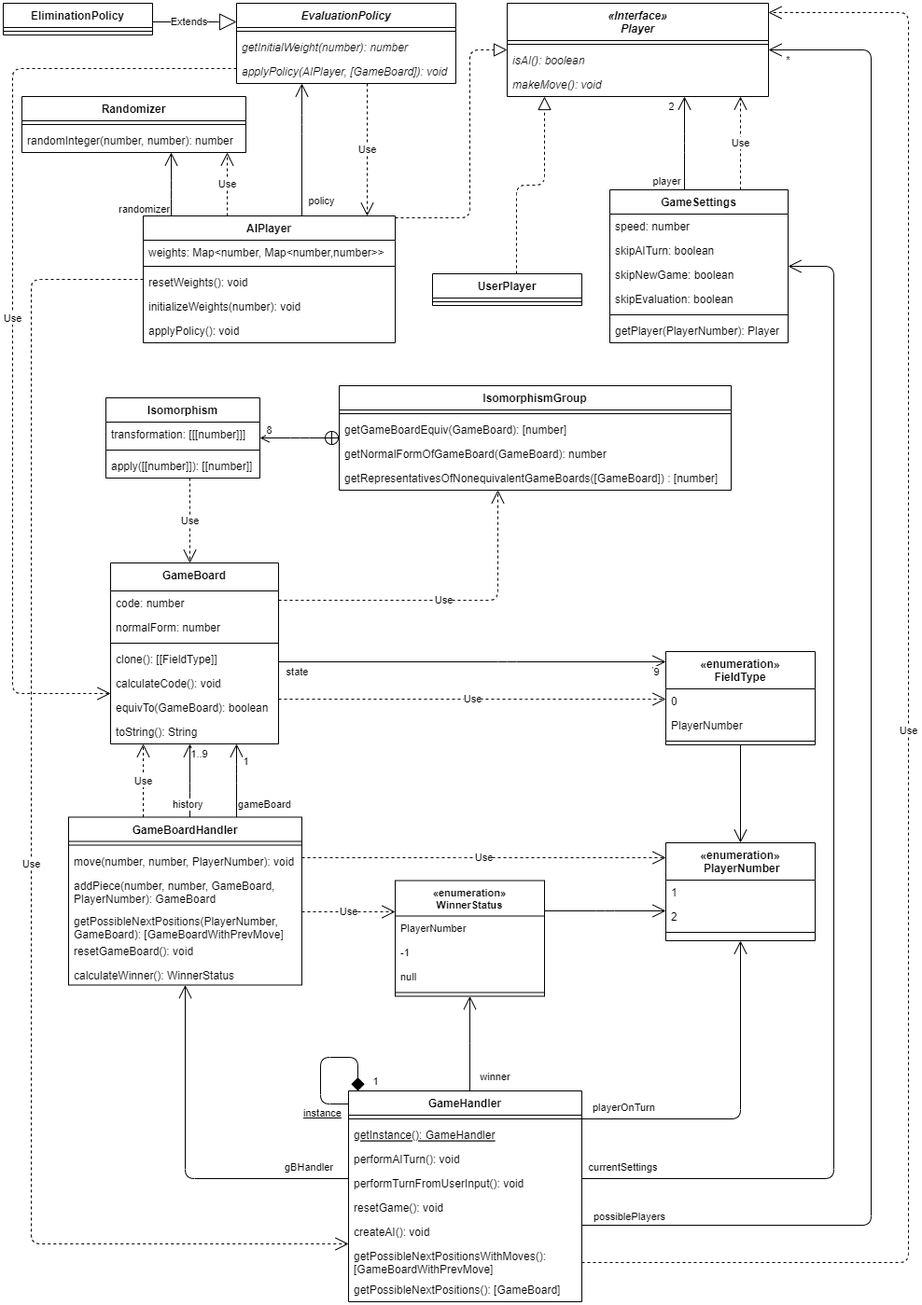
Before: ProductBacklog/Klassendiagramme/Aktuell.png, a diagram exported from draw.io (idlaviV/TIKTacToe). Source tidied: cells renumbered, new cells last; positions are measured from the earlier drawing's top-left corner, leaving out a move shared by most shapes.
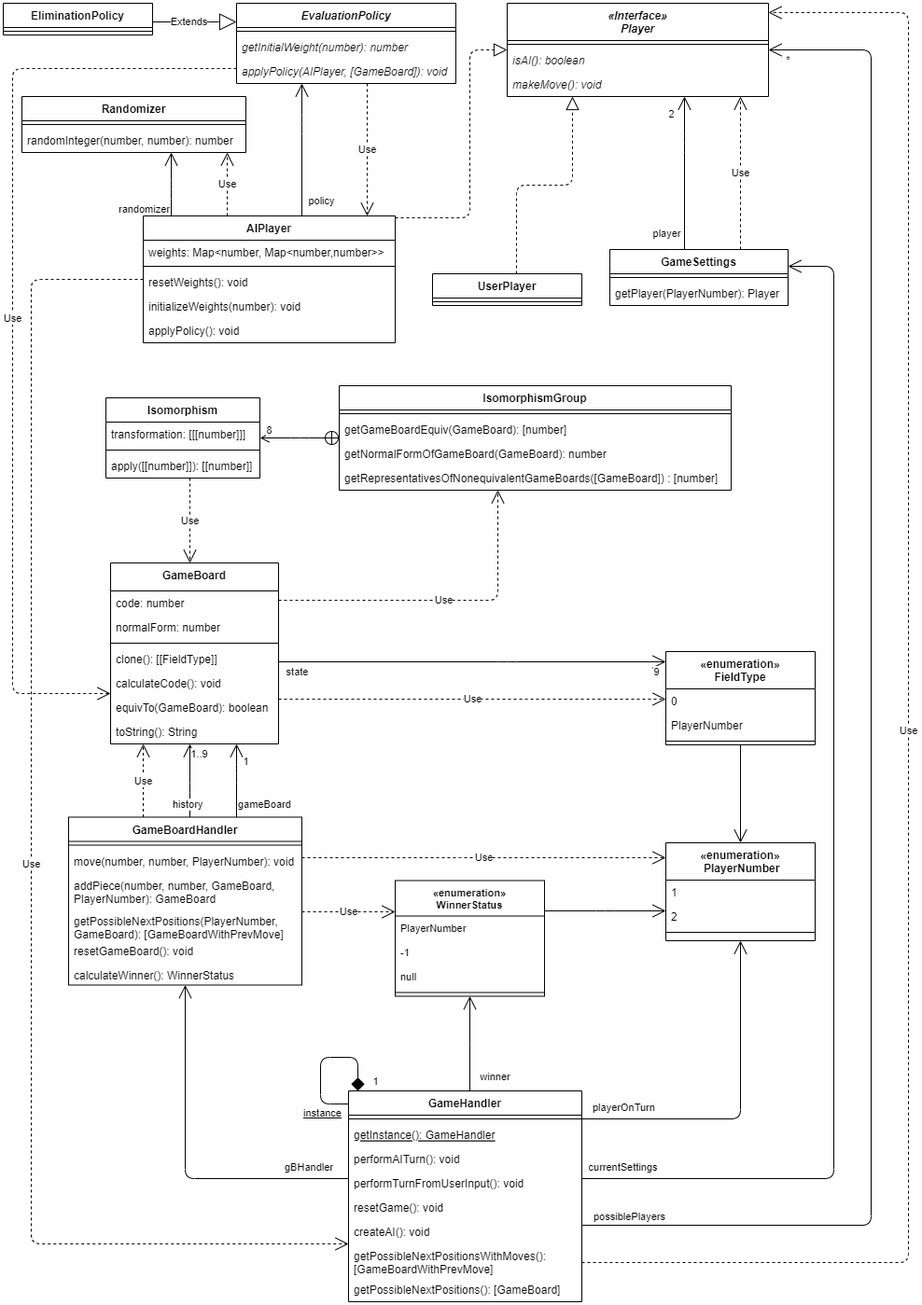
Above is the later version.

Commit message:
Klassendiagramme verbessert

The edit, as a diff of the source:
```diff
@@ -224,25 +224,13 @@
       </mxGeometry>
     </mxCell>
     <mxCell id="65" value="GameSettings" style="swimlane;fontStyle=1;align=center;verticalAlign=top;horizontal=1;startSize=26;" parent="1" vertex="1">
-      <mxGeometry x="650" y="200" width="191" height="164" as="geometry" />
+      <mxGeometry x="650" y="264" width="191" height="60" as="geometry" />
     </mxCell>
-    <mxCell id="66" value="speed: number" style="text;strokeColor=none;fillColor=none;align=left;verticalAlign=top;spacingLeft=4;spacingRight=4;overflow=hidden;" parent="65" vertex="1">
-      <mxGeometry y="26" width="191" height="26" as="geometry" />
-    </mxCell>
-    <mxCell id="67" value="skipAITurn: boolean" style="text;strokeColor=none;fillColor=none;align=left;verticalAlign=top;spacingLeft=4;spacingRight=4;overflow=hidden;" parent="65" vertex="1">
-      <mxGeometry y="52" width="191" height="26" as="geometry" />
-    </mxCell>
-    <mxCell id="68" value="skipNewGame: boolean" style="text;strokeColor=none;fillColor=none;align=left;verticalAlign=top;spacingLeft=4;spacingRight=4;overflow=hidden;" parent="65" vertex="1">
-      <mxGeometry y="78" width="191" height="26" as="geometry" />
-    </mxCell>
-    <mxCell id="69" value="skipEvaluation: boolean" style="text;strokeColor=none;fillColor=none;align=left;verticalAlign=top;spacingLeft=4;spacingRight=4;overflow=hidden;" parent="65" vertex="1">
-      <mxGeometry y="104" width="191" height="26" as="geometry" />
-    </mxCell>
     <mxCell id="70" style="line;strokeWidth=1;fillColor=none;align=left;verticalAlign=middle;spacingTop=-1;spacingLeft=3;spacingRight=3;labelPosition=right;strokeColor=inherit;" parent="65" vertex="1">
-      <mxGeometry y="130" width="191" height="8" as="geometry" />
+      <mxGeometry y="26" width="191" height="8" as="geometry" />
     </mxCell>
     <mxCell id="71" value="getPlayer(PlayerNumber): Player" style="text;strokeColor=none;fillColor=none;align=left;verticalAlign=top;spacingLeft=4;spacingRight=4;overflow=hidden;" parent="65" vertex="1">
-      <mxGeometry y="138" width="191" height="26" as="geometry" />
+      <mxGeometry y="34" width="191" height="26" as="geometry" />
     </mxCell>
     <mxCell id="72" value="GameHandler" style="swimlane;fontStyle=1;align=center;verticalAlign=top;horizontal=1;startSize=26;labelBackgroundColor=default;fillStyle=auto;" parent="1" vertex="1">
       <mxGeometry x="370" y="1166" width="250" height="226" as="geometry" />
@@ -450,7 +438,7 @@
       <mxGeometry relative="1" as="geometry">
         <Array as="points">
           <mxPoint x="550" y="195" />
-          <mxPoint x="580" y="195" />
+          <mxPoint x="610" y="195" />
         </Array>
       </mxGeometry>
     </mxCell>
```
